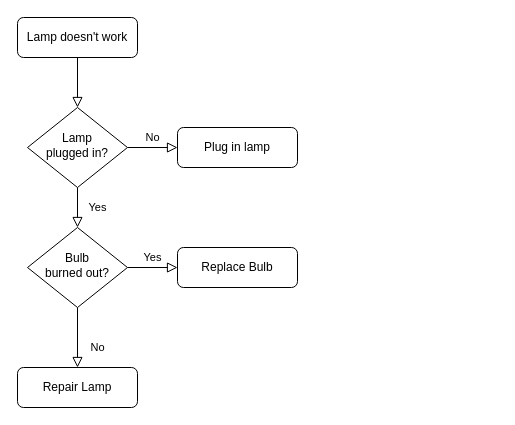
Before: 未命名绘图.drawio in weimengchen1994/permission-frame, a draw.io diagram. Source tidied: cells renumbered, new cells numbered last; positions are measured from the earlier drawing's top-left corner, leaving out a move shared by most shapes. Both pictures are drawn from the tidied source at 100%, with x=0, y=0 at pixel (17, 17).
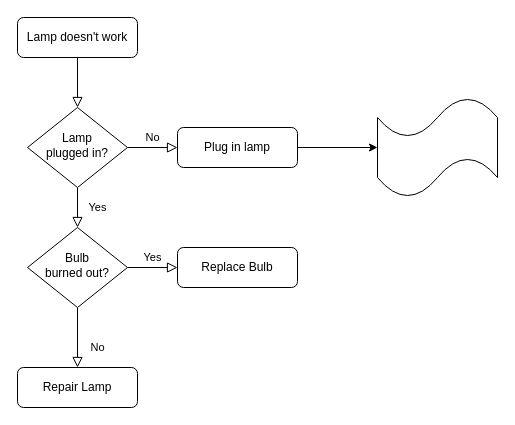
Above is the later version.

Commit message:
更新未命名绘图.drawio

The edit, as a diff of the source:
```diff
@@
 <mxGraphModel>
   <root>
     <mxCell id="0" />
     <mxCell id="1" parent="0" />
     <mxCell id="2" style="rounded=0;html=1;jettySize=auto;fontSize=11;endArrow=block;endFill=0;endSize=8;strokeWidth=1;shadow=0;labelBackgroundColor=none;edgeStyle=orthogonalEdgeStyle;" parent="1" edge="1" source="3" target="6">
       <mxGeometry relative="1" as="geometry" />
     </mxCell>
     <mxCell id="3" value="Lamp doesn't work" style="rounded=1;whiteSpace=wrap;html=1;fontSize=12;glass=0;strokeWidth=1;shadow=0;" parent="1" vertex="1">
       <mxGeometry width="120" height="40" as="geometry" />
     </mxCell>
     <mxCell id="4" value="Yes" style="rounded=0;html=1;jettySize=auto;fontSize=11;endArrow=block;endFill=0;endSize=8;strokeWidth=1;shadow=0;labelBackgroundColor=none;edgeStyle=orthogonalEdgeStyle;" parent="1" edge="1" source="6" target="10">
       <mxGeometry y="20" relative="1" as="geometry" />
     </mxCell>
     <mxCell id="5" value="No" style="edgeStyle=orthogonalEdgeStyle;rounded=0;html=1;jettySize=auto;fontSize=11;endArrow=block;endFill=0;endSize=8;strokeWidth=1;shadow=0;labelBackgroundColor=none;" parent="1" edge="1" source="6" target="7">
       <mxGeometry y="10" relative="1" as="geometry" />
     </mxCell>
     <mxCell id="6" value="Lamp&lt;br&gt;plugged in?" style="rhombus;whiteSpace=wrap;html=1;shadow=0;fontFamily=Helvetica;fontSize=12;align=center;strokeWidth=1;spacing=6;spacingTop=-4;" parent="1" vertex="1">
       <mxGeometry x="10" y="90" width="100" height="80" as="geometry" />
     </mxCell>
+    <mxCell id="13" style="edgeStyle=orthogonalEdgeStyle;rounded=0;jettySize=auto;html=1;" parent="1" edge="1" source="7" target="14">
+      <mxGeometry relative="1" as="geometry" />
+    </mxCell>
     <mxCell id="7" value="Plug in lamp" style="rounded=1;whiteSpace=wrap;html=1;fontSize=12;glass=0;strokeWidth=1;shadow=0;" parent="1" vertex="1">
       <mxGeometry x="160" y="110" width="120" height="40" as="geometry" />
     </mxCell>
     <mxCell id="8" value="No" style="rounded=0;html=1;jettySize=auto;fontSize=11;endArrow=block;endFill=0;endSize=8;strokeWidth=1;shadow=0;labelBackgroundColor=none;edgeStyle=orthogonalEdgeStyle;" parent="1" edge="1" source="10" target="11">
       <mxGeometry x="0.33" y="20" relative="1" as="geometry" />
     </mxCell>
     <mxCell id="9" value="Yes" style="edgeStyle=orthogonalEdgeStyle;rounded=0;html=1;jettySize=auto;fontSize=11;endArrow=block;endFill=0;endSize=8;strokeWidth=1;shadow=0;labelBackgroundColor=none;" parent="1" edge="1" source="10" target="12">
       <mxGeometry y="10" relative="1" as="geometry" />
     </mxCell>
     <mxCell id="10" value="Bulb&lt;br&gt;burned out?" style="rhombus;whiteSpace=wrap;html=1;shadow=0;fontFamily=Helvetica;fontSize=12;align=center;strokeWidth=1;spacing=6;spacingTop=-4;" parent="1" vertex="1">
       <mxGeometry x="10" y="210" width="100" height="80" as="geometry" />
     </mxCell>
     <mxCell id="11" value="Repair Lamp" style="rounded=1;whiteSpace=wrap;html=1;fontSize=12;glass=0;strokeWidth=1;shadow=0;" parent="1" vertex="1">
       <mxGeometry y="350" width="120" height="40" as="geometry" />
     </mxCell>
     <mxCell id="12" value="Replace Bulb" style="rounded=1;whiteSpace=wrap;html=1;fontSize=12;glass=0;strokeWidth=1;shadow=0;" parent="1" vertex="1">
       <mxGeometry x="160" y="230" width="120" height="40" as="geometry" />
     </mxCell>
+    <mxCell id="14" style="shape=tape;whiteSpace=wrap;html=1;rounded=1;glass=0;strokeWidth=1;shadow=0;" parent="1" vertex="1">
+      <mxGeometry x="360" y="80" width="120" height="100" as="geometry" />
+    </mxCell>
   </root>
 </mxGraphModel>
```
